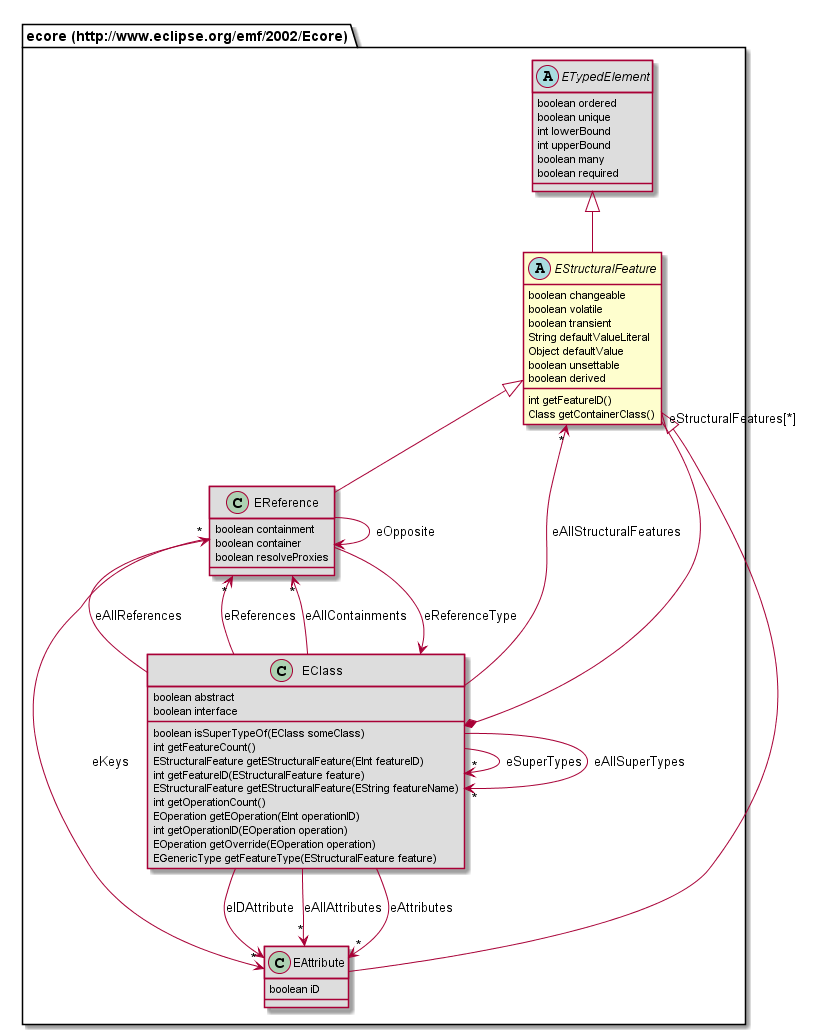
Nasdanika/html keeps this PlantUML diagram as org.nasdanika.html.repository/src/site/resources/app-model-doc/687474703a2f2f7777772e65636c697073652e6f72672f656d662f323030322f45636f7265/EStructuralFeature.png. Above is the earlier version.
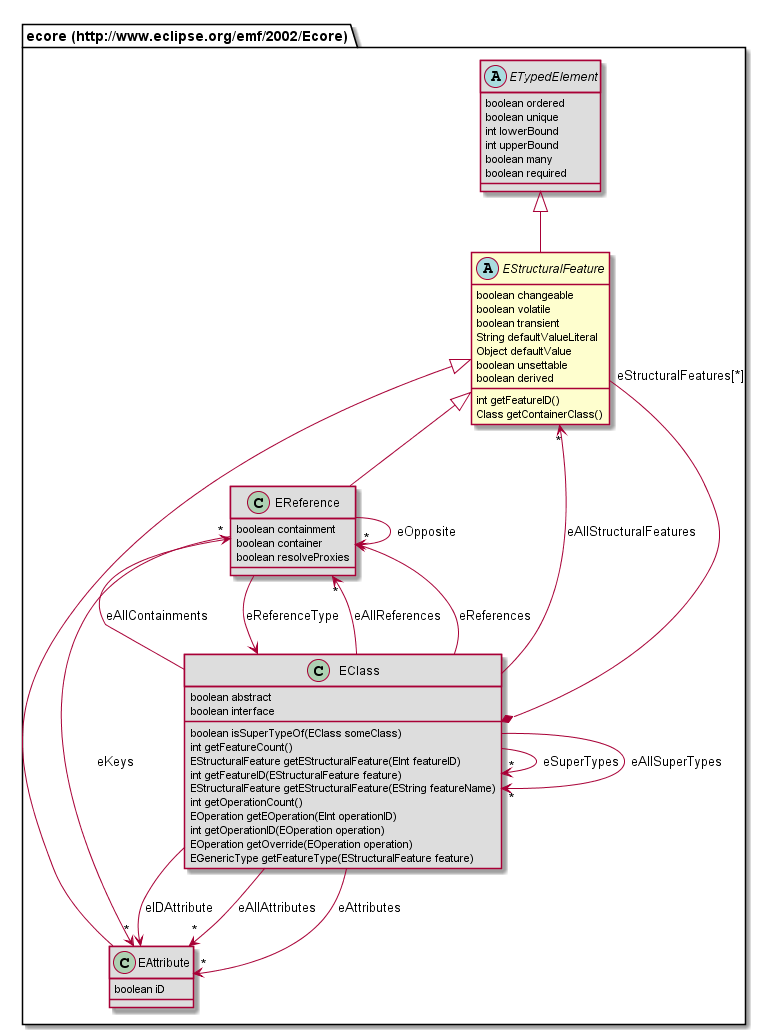
Later version of the same file.

What changed in the source:
```diff
@@ -24,6 +24,9 @@
 	EOperation getOverride(EOperation operation)
 	EGenericType getFeatureType(EStructuralFeature feature)
 }
+class "ecore (http://www.eclipse.org/emf/2002/Ecore).EAttribute" [[#router/doc-content/687474703a2f2f7777772e65636c697073652e6f72672f656d662f323030322f45636f7265/EAttribute.html]] #DDDDDD {
+	boolean iD
+}
 abstract class "ecore (http://www.eclipse.org/emf/2002/Ecore).ETypedElement" [[#router/doc-content/687474703a2f2f7777772e65636c697073652e6f72672f656d662f323030322f45636f7265/ETypedElement.html]] #DDDDDD {
 	boolean ordered
 	boolean unique
@@ -37,12 +40,9 @@
 	boolean container
 	boolean resolveProxies
 }
-class "ecore (http://www.eclipse.org/emf/2002/Ecore).EAttribute" [[#router/doc-content/687474703a2f2f7777772e65636c697073652e6f72672f656d662f323030322f45636f7265/EAttribute.html]] #DDDDDD {
-	boolean iD
-}
+"ecore (http://www.eclipse.org/emf/2002/Ecore).EStructuralFeature" <|-- "ecore (http://www.eclipse.org/emf/2002/Ecore).EAttribute"
+"ecore (http://www.eclipse.org/emf/2002/Ecore).EStructuralFeature" <|-- "ecore (http://www.eclipse.org/emf/2002/Ecore).EReference"
 "ecore (http://www.eclipse.org/emf/2002/Ecore).ETypedElement" <|-- "ecore (http://www.eclipse.org/emf/2002/Ecore).EStructuralFeature"
-"ecore (http://www.eclipse.org/emf/2002/Ecore).EStructuralFeature" <|-- "ecore (http://www.eclipse.org/emf/2002/Ecore).EReference"
-"ecore (http://www.eclipse.org/emf/2002/Ecore).EStructuralFeature" <|-- "ecore (http://www.eclipse.org/emf/2002/Ecore).EAttribute"
 "ecore (http://www.eclipse.org/emf/2002/Ecore).EClass" --> "*" "ecore (http://www.eclipse.org/emf/2002/Ecore).EClass" : eSuperTypes
 "ecore (http://www.eclipse.org/emf/2002/Ecore).EClass" --> "*" "ecore (http://www.eclipse.org/emf/2002/Ecore).EAttribute" : eAllAttributes
 "ecore (http://www.eclipse.org/emf/2002/Ecore).EClass" --> "*" "ecore (http://www.eclipse.org/emf/2002/Ecore).EReference" : eAllReferences
```
